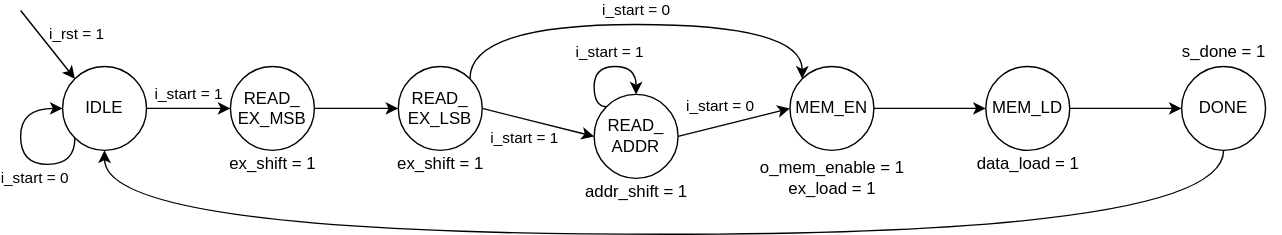
Above: fsm.svg in Furrrlo/serial_ram_deref (draw.io), before the change. Source tidied: cells renumbered, new cells last; positions are measured from the earlier drawing's top-left corner, leaving out a move shared by most shapes. The source it was exported from:
```xml
<mxGraphModel>
  <root>
    <mxCell id="0" />
    <mxCell id="1" parent="0" />
    <mxCell id="2" value="i_start = 1" style="edgeStyle=orthogonalEdgeStyle;rounded=0;jettySize=auto;html=1;entryX=0;entryY=0.5;entryDx=0;entryDy=0;labelBackgroundColor=none;" parent="1" edge="1" source="3" target="5">
      <mxGeometry y="10" relative="1" as="geometry" />
    </mxCell>
    <mxCell id="3" value="IDLE" style="ellipse;whiteSpace=wrap;html=1;labelBackgroundColor=none;fillColor=none;" parent="1" vertex="1">
      <mxGeometry x="30" y="40" width="60" height="60" as="geometry" />
    </mxCell>
    <mxCell id="4" style="edgeStyle=orthogonalEdgeStyle;rounded=0;jettySize=auto;html=1;exitX=1;exitY=0.5;exitDx=0;exitDy=0;entryX=0;entryY=0.5;entryDx=0;entryDy=0;labelBackgroundColor=none;" parent="1" edge="1" source="5" target="11">
      <mxGeometry relative="1" as="geometry" />
    </mxCell>
    <mxCell id="5" value="READ_&lt;br&gt;EX_MSB" style="ellipse;whiteSpace=wrap;html=1;labelBackgroundColor=none;fillColor=none;" parent="1" vertex="1">
      <mxGeometry x="150" y="40" width="60" height="60" as="geometry" />
    </mxCell>
    <mxCell id="6" value="i_start = 1" style="edgeStyle=orthogonalEdgeStyle;curved=1;rounded=0;orthogonalLoop=1;jettySize=auto;html=1;exitX=0;exitY=0;exitDx=0;exitDy=0;entryX=0.5;entryY=0;entryDx=0;entryDy=0;labelBackgroundColor=none;" parent="1" edge="1" source="8" target="8">
      <mxGeometry x="0.13" y="10" relative="1" as="geometry">
        <Array as="points">
          <mxPoint x="410" y="69" />
          <mxPoint x="410" y="40" />
          <mxPoint x="440" y="40" />
        </Array>
      </mxGeometry>
    </mxCell>
    <mxCell id="7" value="i_start = 0" style="rounded=0;jettySize=auto;html=1;exitX=1;exitY=0.5;exitDx=0;exitDy=0;entryX=0;entryY=0.5;entryDx=0;entryDy=0;labelBorderColor=none;labelBackgroundColor=none;spacingTop=-4;spacingLeft=0;" parent="1" edge="1" source="8" target="17">
      <mxGeometry x="-0.18" y="12" relative="1" as="geometry" />
    </mxCell>
    <mxCell id="8" value="READ_&lt;br&gt;ADDR" style="ellipse;whiteSpace=wrap;html=1;labelBackgroundColor=none;fillColor=none;" parent="1" vertex="1">
      <mxGeometry x="410" y="60" width="60" height="60" as="geometry" />
    </mxCell>
    <mxCell id="9" value="i_start = 1" style="rounded=0;jettySize=auto;html=1;exitX=1;exitY=0.5;exitDx=0;exitDy=0;entryX=0;entryY=0.5;entryDx=0;entryDy=0;spacingTop=2;spacingLeft=0;labelBackgroundColor=none;" parent="1" edge="1" source="11" target="8">
      <mxGeometry x="-0.18" y="-12" relative="1" as="geometry" />
    </mxCell>
    <mxCell id="10" value="i_start = 0" style="rounded=0;jettySize=auto;html=1;exitX=1;exitY=0;exitDx=0;exitDy=0;entryX=0;entryY=0;entryDx=0;entryDy=0;edgeStyle=orthogonalEdgeStyle;curved=1;labelBackgroundColor=none;" parent="1" edge="1" source="11" target="17">
      <mxGeometry y="10" relative="1" as="geometry">
        <Array as="points">
          <mxPoint x="321" y="10" />
          <mxPoint x="559" y="10" />
        </Array>
      </mxGeometry>
    </mxCell>
    <mxCell id="11" value="READ_&lt;br&gt;EX_LSB" style="ellipse;whiteSpace=wrap;html=1;labelBackgroundColor=none;fillColor=none;" parent="1" vertex="1">
      <mxGeometry x="270" y="40" width="60" height="60" as="geometry" />
    </mxCell>
    <mxCell id="12" style="edgeStyle=orthogonalEdgeStyle;rounded=0;jettySize=auto;html=1;exitX=0.5;exitY=1;exitDx=0;exitDy=0;entryX=0.5;entryY=1;entryDx=0;entryDy=0;curved=1;labelBackgroundColor=none;" parent="1" edge="1" source="13" target="3">
      <mxGeometry relative="1" as="geometry">
        <Array as="points">
          <mxPoint x="860" y="160" />
          <mxPoint x="60" y="160" />
        </Array>
      </mxGeometry>
    </mxCell>
    <mxCell id="13" value="DONE" style="ellipse;whiteSpace=wrap;html=1;labelBackgroundColor=none;fillColor=none;" parent="1" vertex="1">
      <mxGeometry x="830" y="40" width="60" height="60" as="geometry" />
    </mxCell>
    <mxCell id="14" style="edgeStyle=none;rounded=0;jettySize=auto;html=1;exitX=1;exitY=0.5;exitDx=0;exitDy=0;entryX=0;entryY=0.5;entryDx=0;entryDy=0;labelBackgroundColor=none;" parent="1" edge="1" source="15" target="13">
      <mxGeometry relative="1" as="geometry" />
    </mxCell>
    <mxCell id="15" value="MEM_LD" style="ellipse;whiteSpace=wrap;html=1;labelBackgroundColor=none;fillColor=none;" parent="1" vertex="1">
      <mxGeometry x="690" y="40" width="60" height="60" as="geometry" />
    </mxCell>
    <mxCell id="16" style="edgeStyle=none;rounded=0;jettySize=auto;html=1;exitX=1;exitY=0.5;exitDx=0;exitDy=0;labelBackgroundColor=none;" parent="1" edge="1" source="17" target="15">
      <mxGeometry relative="1" as="geometry" />
    </mxCell>
    <mxCell id="17" value="MEM_EN" style="ellipse;whiteSpace=wrap;html=1;labelBackgroundColor=none;fillColor=none;" parent="1" vertex="1">
      <mxGeometry x="550" y="40" width="60" height="60" as="geometry" />
    </mxCell>
    <mxCell id="18" value="i_start = 0" style="edgeStyle=orthogonalEdgeStyle;rounded=0;orthogonalLoop=1;jettySize=auto;html=1;entryX=0;entryY=0.5;entryDx=0;entryDy=0;curved=1;exitX=0;exitY=1;exitDx=0;exitDy=0;labelBackgroundColor=none;" parent="1" edge="1" source="3" target="3">
      <mxGeometry x="-0.25" y="10" relative="1" as="geometry">
        <Array as="points">
          <mxPoint x="39" y="110" />
          <mxPoint y="110" />
          <mxPoint y="70" />
        </Array>
      </mxGeometry>
    </mxCell>
    <mxCell id="19" value="ex_shift = 1" style="text;html=1;align=center;verticalAlign=middle;strokeColor=none;fillColor=none;labelBackgroundColor=none;spacingTop=0;spacing=1;" parent="1" vertex="1">
      <mxGeometry x="140" y="100" width="80" height="20" as="geometry" />
    </mxCell>
    <mxCell id="20" value="addr_shift = 1" style="text;html=1;align=center;verticalAlign=middle;strokeColor=none;fillColor=none;spacing=0;labelBackgroundColor=none;" parent="1" vertex="1">
      <mxGeometry x="395" y="120" width="90" height="20" as="geometry" />
    </mxCell>
    <mxCell id="21" value="o_mem_enable = 1&lt;br&gt;ex_load = 1" style="text;html=1;align=center;verticalAlign=middle;strokeColor=none;fillColor=none;spacing=0;labelBackgroundColor=none;" parent="1" vertex="1">
      <mxGeometry x="520" y="100" width="120" height="40" as="geometry" />
    </mxCell>
    <mxCell id="22" value="ex_shift = 1" style="text;html=1;align=center;verticalAlign=middle;strokeColor=none;fillColor=none;spacing=0;spacingLeft=0;labelBackgroundColor=none;" parent="1" vertex="1">
      <mxGeometry x="260" y="100" width="80" height="20" as="geometry" />
    </mxCell>
    <mxCell id="23" value="data_load = 1" style="text;html=1;align=center;verticalAlign=middle;strokeColor=none;fillColor=none;spacing=0;labelBackgroundColor=none;" parent="1" vertex="1">
      <mxGeometry x="675" y="100" width="90" height="20" as="geometry" />
    </mxCell>
    <mxCell id="24" value="s_done = 1" style="text;html=1;align=center;verticalAlign=middle;strokeColor=none;fillColor=none;spacing=0;labelBackgroundColor=none;" parent="1" vertex="1">
      <mxGeometry x="820" y="20" width="80" height="20" as="geometry" />
    </mxCell>
    <mxCell id="25" value="i_rst = 1" style="endArrow=classic;html=1;rounded=0;labelBackgroundColor=none;labelBorderColor=none;entryX=0;entryY=0;entryDx=0;entryDy=0;spacingLeft=7;strokeColor=default;" parent="1" edge="1" target="3">
      <mxGeometry x="0.16" y="18" relative="1" as="geometry">
        <mxPoint as="sourcePoint" />
      </mxGeometry>
    </mxCell>
  </root>
</mxGraphModel>
```
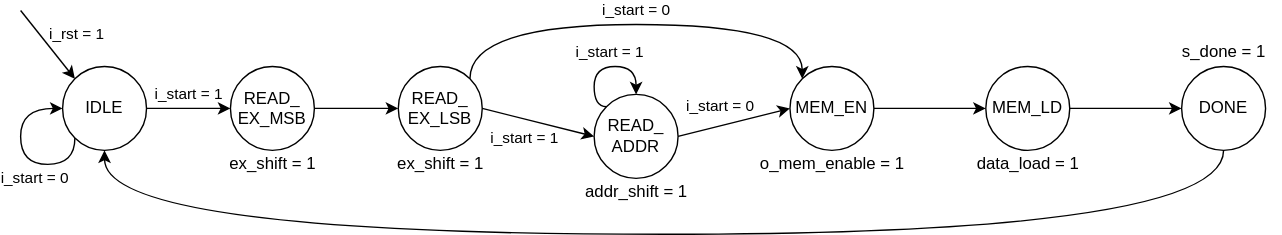
The same diagram one commit later.

Commit message:
Removed ex_load from fsm

Diff of the diagram source:
```diff
@@ -81,8 +81,8 @@
     <mxCell id="20" value="addr_shift = 1" style="text;html=1;align=center;verticalAlign=middle;strokeColor=none;fillColor=none;spacing=0;labelBackgroundColor=none;" parent="1" vertex="1">
       <mxGeometry x="395" y="120" width="90" height="20" as="geometry" />
     </mxCell>
-    <mxCell id="21" value="o_mem_enable = 1&lt;br&gt;ex_load = 1" style="text;html=1;align=center;verticalAlign=middle;strokeColor=none;fillColor=none;spacing=0;labelBackgroundColor=none;" parent="1" vertex="1">
-      <mxGeometry x="520" y="100" width="120" height="40" as="geometry" />
+    <mxCell id="21" value="o_mem_enable = 1" style="text;html=1;align=center;verticalAlign=middle;strokeColor=none;fillColor=none;spacing=0;labelBackgroundColor=none;" parent="1" vertex="1">
+      <mxGeometry x="520" y="100" width="120" height="20" as="geometry" />
     </mxCell>
     <mxCell id="22" value="ex_shift = 1" style="text;html=1;align=center;verticalAlign=middle;strokeColor=none;fillColor=none;spacing=0;spacingLeft=0;labelBackgroundColor=none;" parent="1" vertex="1">
       <mxGeometry x="260" y="100" width="80" height="20" as="geometry" />
```
